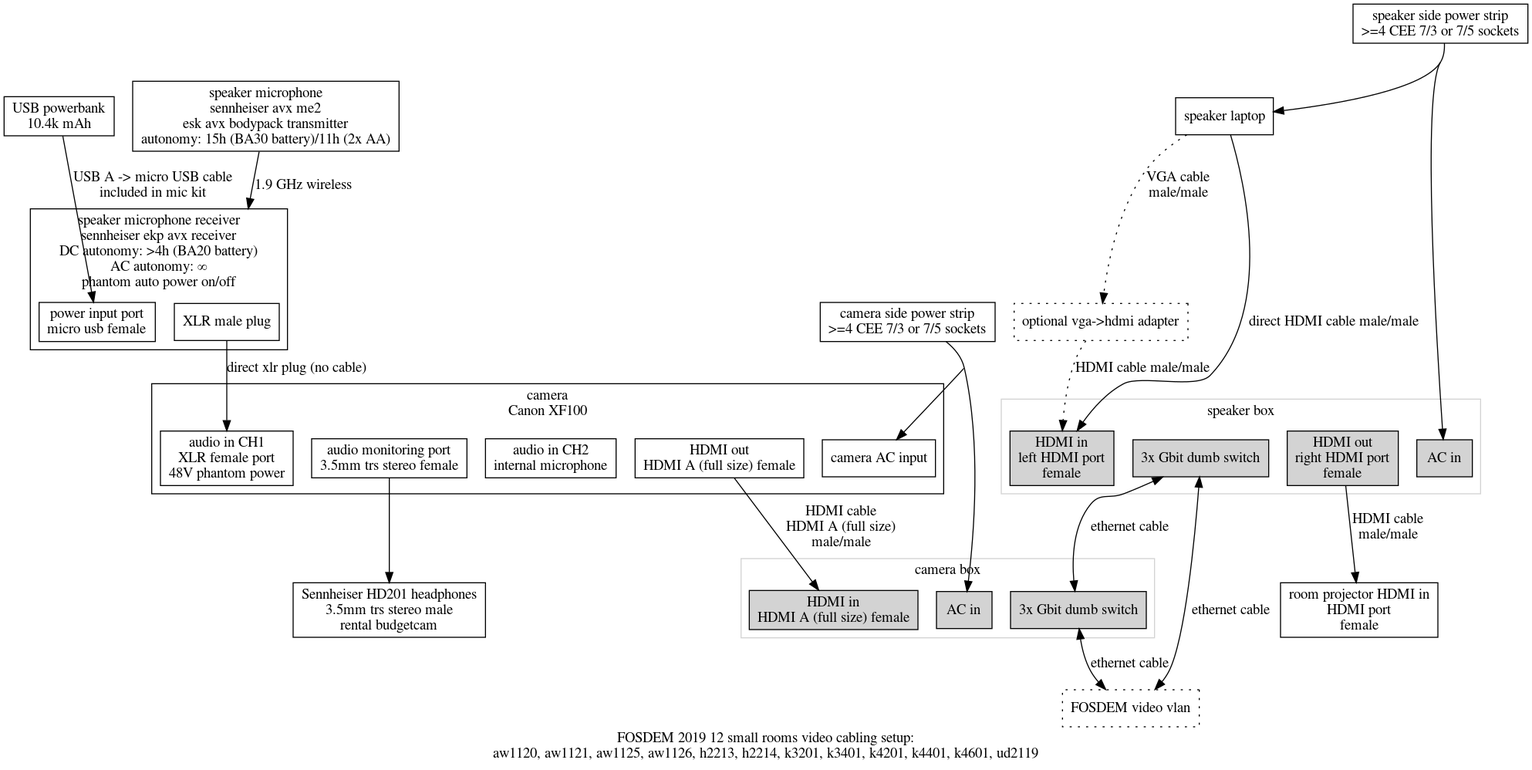
This is graph/cabling_small_rooms.png from zeridon/video, a Graphviz export, as it was before one commit. Its source is kept beside it as graph/cabling_small_rooms.dot. Its diagram source:
```dot
digraph G {
	label = "FOSDEM 2019 12 small rooms video cabling setup:\naw1120, aw1121, aw1125, aw1126, h2213, h2214, k3201, k3401, k4201, k4401, k4601, ud2119";
	concentrate = true;
	compound = true;
	node [shape = box];
	usb_powerbank [label = "USB powerbank\n10.4k mAh"];
	speaker_microphone [label="speaker microphone\nsennheiser avx me2\nesk avx bodypack transmitter\nautonomy: 15h (BA30 battery)/11h (2x AA)", URL="https://en-us.sennheiser.com/global-downloads/file/6524/AVX_Manual_06_2015_EN.pdf"];
	subgraph cluster_speaker_microphone_receiver {
		label = "speaker microphone receiver\nsennheiser ekp avx receiver\nDC autonomy: >4h (BA20 battery)\nAC autonomy: ∞\nphantom auto power on/off"
		URL = "https://en-us.sennheiser.com/global-downloads/file/6524/AVX_Manual_06_2015_EN.pdf";
		speaker_microphone_receiver_usb_power_connector [label = "power input port\nmicro usb female"];
		speaker_microphone_receiver_xlr_connector [label = "XLR male plug"];
	}
	speaker_laptop [label = "speaker laptop"];
	speaker_laptop_optional_adapter [label = "optional vga->hdmi adapter", style="dotted"];
	subgraph cluster_camera {
		label = "camera\nCanon XF100"
		URL = "http://downloads.canon.com/cpr/software/video/Canon_XF100_XF105_Instruction_Manual.pdf";
		camera_xlr_in [label = "audio in CH1\nXLR female port\n48V phantom power"];
		camera_hdmi_out [label = "HDMI out\nHDMI A (full size) female"];
		camera_internal_mic [label="audio in CH2\ninternal microphone"];
		camera_audio_monitor [label="audio monitoring port\n3.5mm trs stereo female"];
		camera_ac_in [label="camera AC input"];
	}

	subgraph fosdem_network {
			#style = filled;
			color = lightgrey;
			node [style = filled];
			subgraph cluster_cam_box {
				label = "camera box";
				URL = "https://github.com/FOSDEM/video";
				cam_box_hdmi_in [label="HDMI in\nHDMI A (full size) female"];
				cam_box_switch [label="3x Gbit dumb switch"];
				cam_box_ac_in [label="AC in"];
			}
			subgraph cluster_speaker_box {
				label = "speaker box";
				URL = "https://github.com/FOSDEM/video";
				speaker_box_hdmi_in [label="HDMI in\nleft HDMI port\nfemale"];
				speaker_box_hdmi_out [label="HDMI out\nright HDMI port\nfemale"];
				speaker_box_switch [label="3x Gbit dumb switch"];
				speaker_box_ac_in [label="AC in"];
			}
	}

	cam_power_strip [label="camera side power strip\n>=4 CEE 7/3 or 7/5 sockets"];
	speaker_power_strip [label="speaker side power strip\n>=4 CEE 7/3 or 7/5 sockets"];
	room_projector [label="room projector HDMI in\nHDMI port\nfemale"];
	headphones [label="Sennheiser HD201 headphones\n3.5mm trs stereo male\nrental budgetcam", URL="https://en-us.sennheiser.com/over-ear-headphones-hd-201"];
	video_vlan [label="FOSDEM video vlan", style="dotted"];

	speaker_microphone -> speaker_microphone_receiver_xlr_connector [label = "1.9 GHz wireless", lhead = cluster_speaker_microphone_receiver ];
	usb_powerbank -> speaker_microphone_receiver_usb_power_connector [label = "USB A -> micro USB cable\nincluded in mic kit"];
	speaker_microphone_receiver_xlr_connector -> camera_xlr_in [label = "direct xlr plug (no cable)"];
	speaker_laptop -> speaker_box_hdmi_in [label = "direct HDMI cable male/male"];
	speaker_laptop -> speaker_laptop_optional_adapter [label = "VGA cable\nmale/male", style = "dotted"];
	speaker_laptop_optional_adapter -> speaker_box_hdmi_in [label = "HDMI cable male/male", style = "dotted"];
	camera_hdmi_out -> cam_box_hdmi_in [label = "HDMI cable\nHDMI A (full size)\nmale/male"];
	speaker_box_hdmi_out -> room_projector [label = "HDMI cable\nmale/male"];
	camera_audio_monitor -> headphones;
	speaker_box_switch -> video_vlan [dir = "both", label = "ethernet cable"];
	cam_box_switch -> video_vlan [dir = "both", label = "ethernet cable"];
	speaker_box_switch -> cam_box_switch [dir = "both", label = "ethernet cable"];

	# AC power
	cam_power_strip -> camera_ac_in;
	cam_power_strip -> cam_box_ac_in;

	speaker_power_strip -> speaker_laptop;
	speaker_power_strip -> speaker_box_ac_in;
}
```
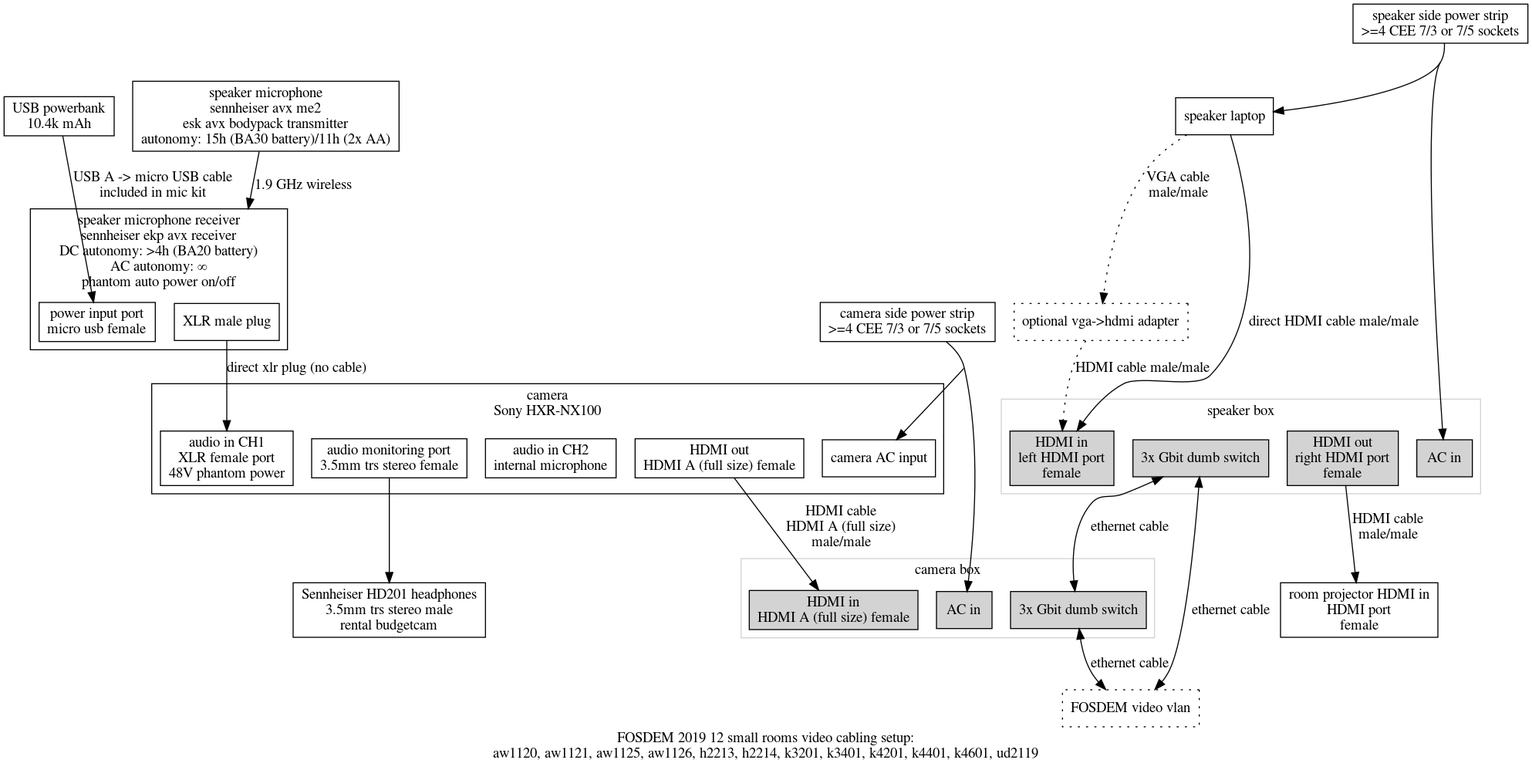
After the commit.

Diff of the diagram source:
```diff
@@ -7,15 +7,15 @@
 	speaker_microphone [label="speaker microphone\nsennheiser avx me2\nesk avx bodypack transmitter\nautonomy: 15h (BA30 battery)/11h (2x AA)", URL="https://en-us.sennheiser.com/global-downloads/file/6524/AVX_Manual_06_2015_EN.pdf"];
 	subgraph cluster_speaker_microphone_receiver {
 		label = "speaker microphone receiver\nsennheiser ekp avx receiver\nDC autonomy: >4h (BA20 battery)\nAC autonomy: ∞\nphantom auto power on/off"
-		URL = "https://en-us.sennheiser.com/global-downloads/file/6524/AVX_Manual_06_2015_EN.pdf";
+			URL = "https://en-us.sennheiser.com/global-downloads/file/6524/AVX_Manual_06_2015_EN.pdf";
 		speaker_microphone_receiver_usb_power_connector [label = "power input port\nmicro usb female"];
 		speaker_microphone_receiver_xlr_connector [label = "XLR male plug"];
 	}
 	speaker_laptop [label = "speaker laptop"];
 	speaker_laptop_optional_adapter [label = "optional vga->hdmi adapter", style="dotted"];
 	subgraph cluster_camera {
-		label = "camera\nCanon XF100"
-		URL = "http://downloads.canon.com/cpr/software/video/Canon_XF100_XF105_Instruction_Manual.pdf";
+		label="camera\nSony HXR-NX100"
+		URL="https://pro.sony.com/bbsccms/assets/files/micro/nxcam/latest/Sony_HXR-NX100.pdf";
 		camera_xlr_in [label = "audio in CH1\nXLR female port\n48V phantom power"];
 		camera_hdmi_out [label = "HDMI out\nHDMI A (full size) female"];
 		camera_internal_mic [label="audio in CH2\ninternal microphone"];
@@ -24,12 +24,11 @@
 	}
 
 	subgraph fosdem_network {
-			#style = filled;
-			color = lightgrey;
-			node [style = filled];
-			subgraph cluster_cam_box {
-				label = "camera box";
-				URL = "https://github.com/FOSDEM/video";
+		color = lightgrey;
+		node [style = filled];
+		subgraph cluster_cam_box {
+			label = "camera box";
+			URL = "https://github.com/FOSDEM/video";
 				cam_box_hdmi_in [label="HDMI in\nHDMI A (full size) female"];
 				cam_box_switch [label="3x Gbit dumb switch"];
 				cam_box_ac_in [label="AC in"];
```
